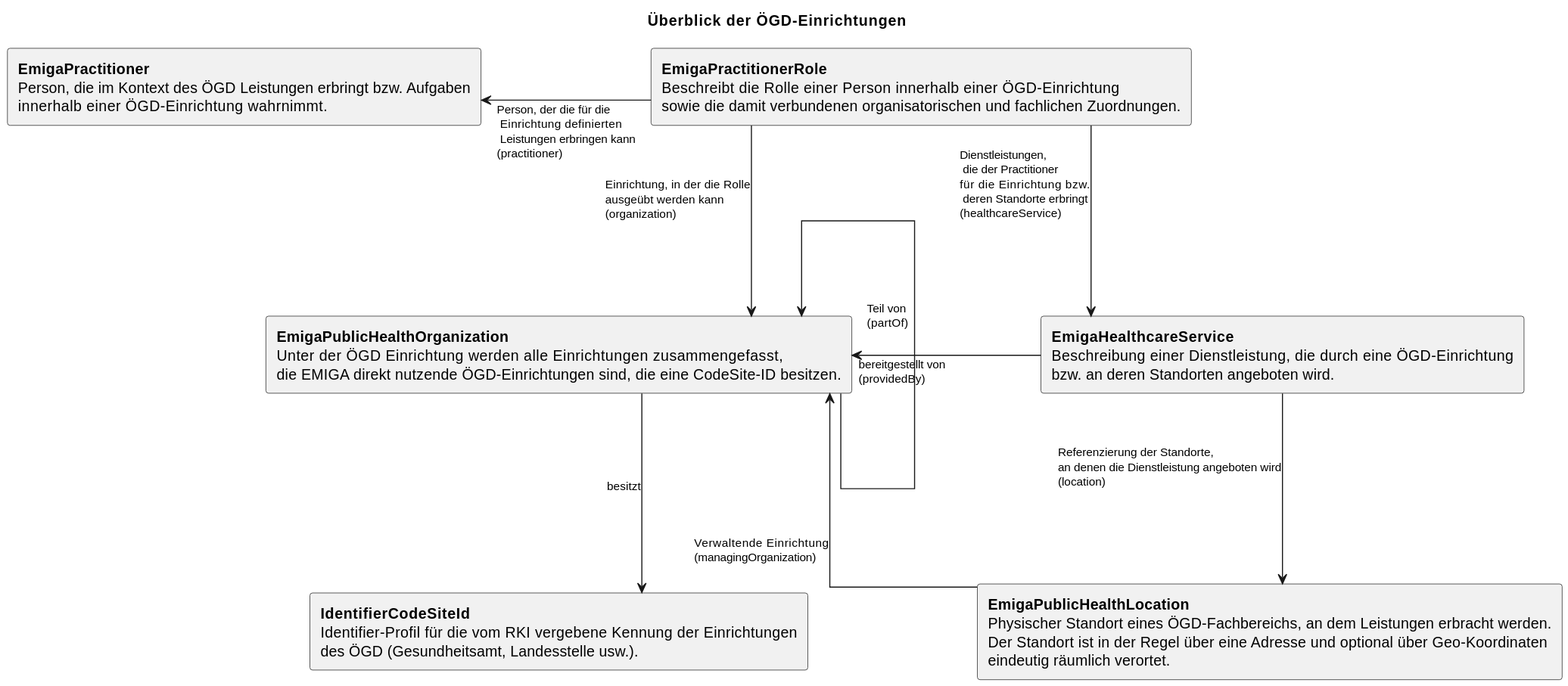
Before: rki.emiga.vzd/guides/implementationguides.vzd/PlantUML/SVGs/OEGDOverview.svg, a diagram exported from PlantUML (robert-koch-institut/rki.emiga.vzd).
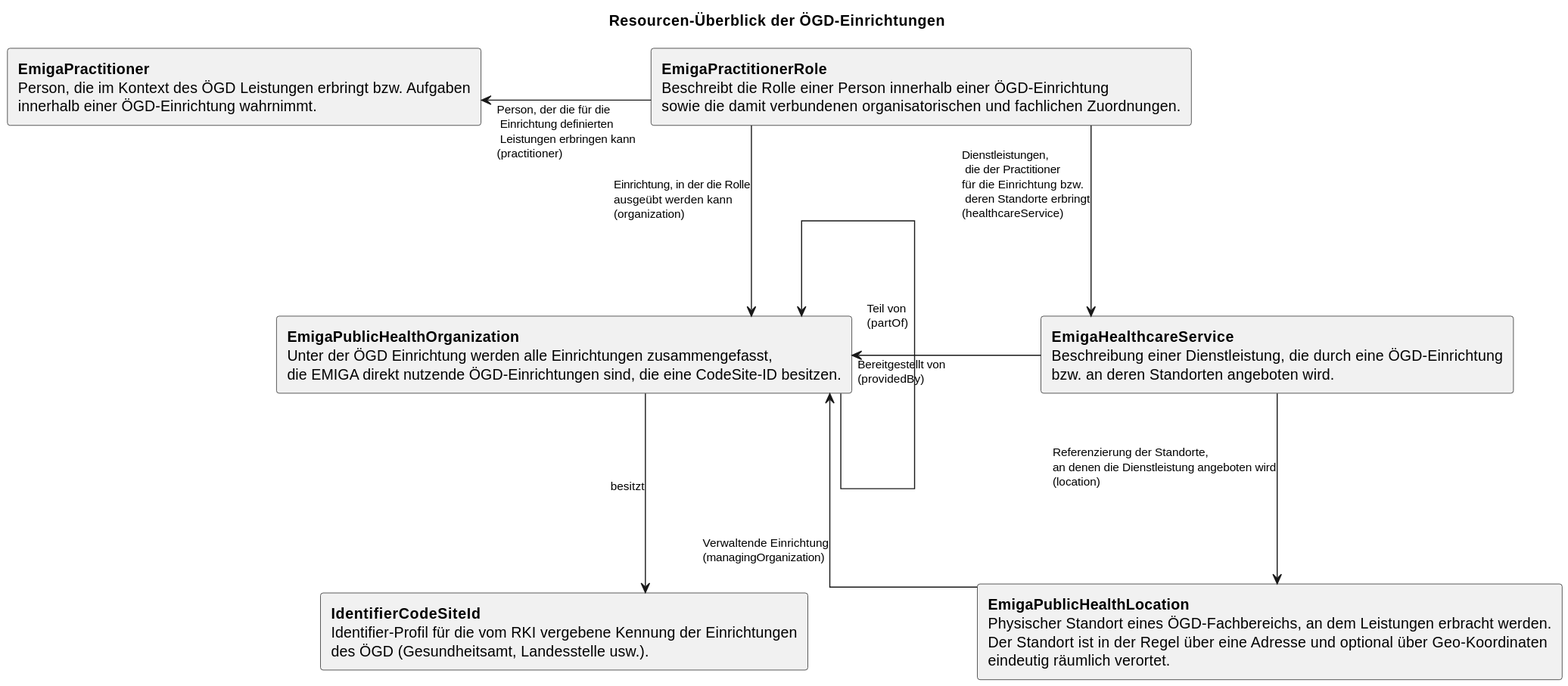
The same diagram one commit later.

What changed in the source:
```diff
@@ -1,5 +1,5 @@
 @startuml
-title Überblick der ÖGD-Organisationen
+title Resourcen-Überblick der ÖGD-Einrichtungen
 
 top to bottom direction
 
@@ -12,17 +12,17 @@
 skinparam ranksep 180
 
 
-rectangle "**EmigaPublicHealthOrganization**\nUnter der ÖGD Organisation werden alle Organisationen zusammengefasst,\ndie EMIGA direkt nutzende ÖGD-Organisationen sind, die eine CodeSite-ID besitzen." as EmigaPublicHealthOrganization
+rectangle "**EmigaPublicHealthOrganization**\nUnter der ÖGD Einrichtung werden alle Einrichtungen zusammengefasst,\ndie EMIGA direkt nutzende ÖGD-Einrichtungen sind, die eine CodeSite-ID besitzen." as EmigaPublicHealthOrganization
 
-rectangle "**IdentifierCodeSiteId**\nIdentifier-Profil für die vom RKI vergebene Kennung der Organisationen\ndes ÖGD (Gesundheitsamt, Landesstelle usw.)." as IdentifierCodeSiteId
+rectangle "**IdentifierCodeSiteId**\nIdentifier-Profil für die vom RKI vergebene Kennung der Einrichtungen\ndes ÖGD (Gesundheitsamt, Landesstelle usw.)." as IdentifierCodeSiteId
 
 rectangle "**EmigaPublicHealthLocation**\nPhysischer Standort eines ÖGD-Fachbereichs, an dem Leistungen erbracht werden.\nDer Standort ist in der Regel über eine Adresse und optional über Geo-Koordinaten\neindeutig räumlich verortet." as EmigaPublicHealthLocation
 
-rectangle "**EmigaPractitioner**\nPerson, die im Kontext des ÖGD Leistungen erbringt bzw. Aufgaben\ninnerhalb einer ÖGD-Organisation wahrnimmt." as EmigaPractitioner
+rectangle "**EmigaPractitioner**\nPerson, die im Kontext des ÖGD Leistungen erbringt bzw. Aufgaben\ninnerhalb einer ÖGD-Einrichtung wahrnimmt." as EmigaPractitioner
 
-rectangle "**EmigaPractitionerRole**\nBeschreibt die Rolle einer Person innerhalb einer ÖGD-Organisation\nsowie die damit verbundenen organisatorischen und fachlichen Zuordnungen." as EmigaPractitionerRole
+rectangle "**EmigaPractitionerRole**\nBeschreibt die Rolle einer Person innerhalb einer ÖGD-Einrichtung\nsowie die damit verbundenen organisatorischen und fachlichen Zuordnungen." as EmigaPractitionerRole
 
-rectangle "**EmigaHealthcareService**\nBeschreibung einer Dienstleistung, die durch eine ÖGD-Organisation\nbzw. an deren Standorten angeboten wird." as EmigaHealthcareService
+rectangle "**EmigaHealthcareService**\nBeschreibung einer Dienstleistung, die durch eine ÖGD-Einrichtung\nbzw. an deren Standorten angeboten wird." as EmigaHealthcareService
 
 
 
@@ -36,15 +36,15 @@
 
 
 
-EmigaPractitionerRole -left-> EmigaPractitioner : Person, der die für die\n Organisation definierten\n Leistungen erbringen kann\n(practitioner)
+EmigaPractitionerRole -left-> EmigaPractitioner : Person, der die für die\n Einrichtung definierten\n Leistungen erbringen kann\n(practitioner)
 
-EmigaPractitionerRole -down-> EmigaPublicHealthOrganization : Organisation, in der die Rolle\nausgeübt werden kann\n(organization)
+EmigaPractitionerRole -down-> EmigaPublicHealthOrganization : Einrichtung, in der die Rolle\nausgeübt werden kann\n(organization)
 
-EmigaPractitionerRole -right-> EmigaHealthcareService : Dienstleistungen,\n die der Practitioner\nfür die Organisation bzw.\n deren Standorte erbringt\n(healthcareService)
+EmigaPractitionerRole -right-> EmigaHealthcareService : Dienstleistungen,\n die der Practitioner\nfür die Einrichtung bzw.\n deren Standorte erbringt\n(healthcareService)
 
 
 
-EmigaHealthcareService -left-> EmigaPublicHealthOrganization : bereitgestellt von\n(providedBy)
+EmigaHealthcareService -left-> EmigaPublicHealthOrganization : Bereitgestellt von\n(providedBy)
 
 EmigaHealthcareService --> EmigaPublicHealthLocation : Referenzierung der Standorte,\nan denen die Dienstleistung angeboten wird\n(location)
 
@@ -52,7 +52,7 @@
 
 EmigaPublicHealthOrganization -up-> EmigaPublicHealthOrganization : Teil von\n(partOf)
 
-EmigaPublicHealthLocation -left-> EmigaPublicHealthOrganization : Verwaltende Organisation\n(managingOrganization)
+EmigaPublicHealthLocation -left-> EmigaPublicHealthOrganization : Verwaltende Einrichtung\n(managingOrganization)
 
 EmigaPublicHealthOrganization -down-> IdentifierCodeSiteId : besitzt
 @enduml
```
